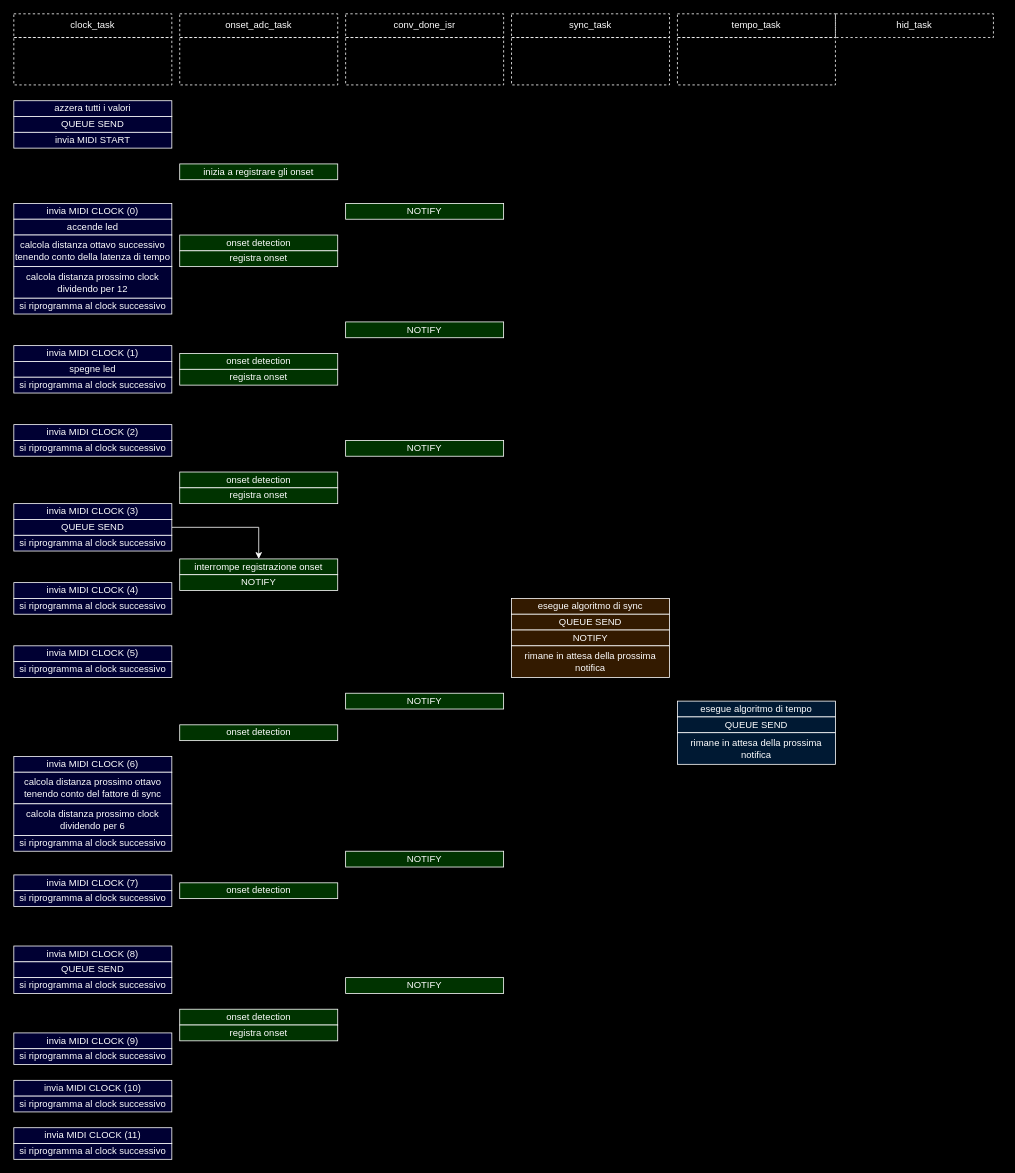
Before: drawings/From_clock_on.drawio in carlo-monti/beat_catcher_2, a draw.io diagram. Source tidied: cells renumbered, new cells numbered last; positions are measured from the earlier drawing's top-left corner, leaving out a move shared by most shapes. Both pictures are drawn from the tidied source at 79%, with x=0, y=0 at pixel (13, 13).
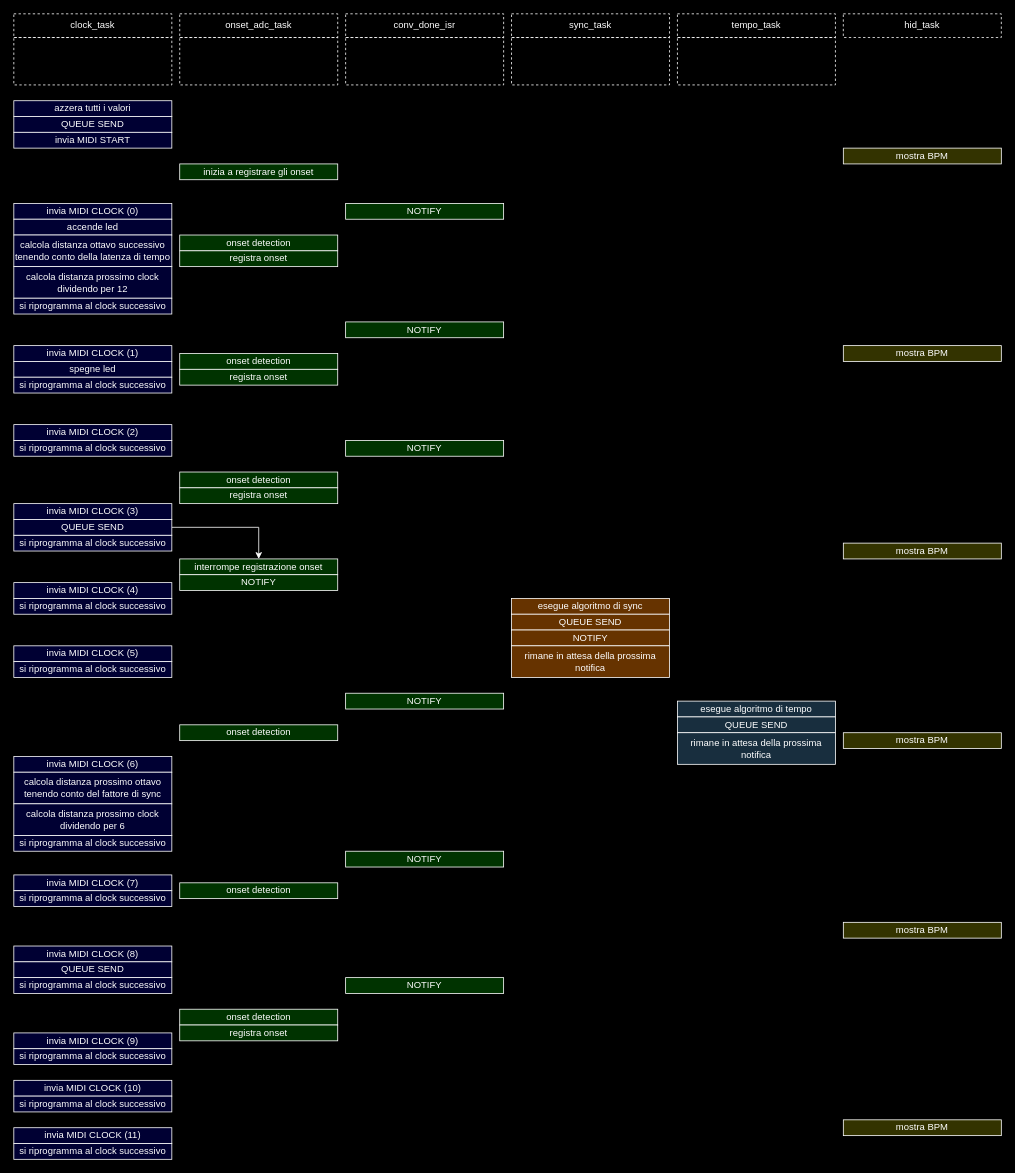
Above is the later version.

What changed in the source:
```diff
@@
     <mxCell id="11" value="hid_task" style="rounded=0;whiteSpace=wrap;html=1;labelBackgroundColor=none;fillColor=none;strokeColor=#FFFFFF;fontColor=#FFFFFF;dashed=1;" parent="1" vertex="1">
-      <mxGeometry x="1040" width="200" height="30" as="geometry" />
+      <mxGeometry x="1050" width="200" height="30" as="geometry" />
     </mxCell>
@@
-    <mxCell id="35" value="esegue algoritmo di sync" style="rounded=0;whiteSpace=wrap;html=1;labelBackgroundColor=none;fillColor=#331A00;strokeColor=#FFFFFF;fontColor=#FFFFFF;" parent="1" vertex="1">
+    <mxCell id="35" value="esegue algoritmo di sync" style="rounded=0;whiteSpace=wrap;html=1;labelBackgroundColor=none;fillColor=#663300;strokeColor=#FFFFFF;fontColor=#FFFFFF;" parent="1" vertex="1">
       <mxGeometry x="630" y="740" width="200" height="20" as="geometry" />
     </mxCell>
@@
-    <mxCell id="37" value="QUEUE SEND" style="rounded=0;whiteSpace=wrap;html=1;labelBackgroundColor=none;fillColor=#331A00;strokeColor=#FFFFFF;fontColor=#FFFFFF;" parent="1" vertex="1">
+    <mxCell id="37" value="QUEUE SEND" style="rounded=0;whiteSpace=wrap;html=1;labelBackgroundColor=none;fillColor=#663300;strokeColor=#FFFFFF;fontColor=#FFFFFF;" parent="1" vertex="1">
       <mxGeometry x="630" y="760" width="200" height="20" as="geometry" />
     </mxCell>
-    <mxCell id="38" value="NOTIFY" style="rounded=0;whiteSpace=wrap;html=1;labelBackgroundColor=none;fillColor=#331A00;strokeColor=#FFFFFF;fontColor=#FFFFFF;" parent="1" vertex="1">
+    <mxCell id="38" value="NOTIFY" style="rounded=0;whiteSpace=wrap;html=1;labelBackgroundColor=none;fillColor=#663300;strokeColor=#FFFFFF;fontColor=#FFFFFF;" parent="1" vertex="1">
       <mxGeometry x="630" y="780" width="200" height="20" as="geometry" />
     </mxCell>
-    <mxCell id="39" value="rimane in attesa della prossima notifica" style="rounded=0;whiteSpace=wrap;html=1;labelBackgroundColor=none;fillColor=#331A00;strokeColor=#FFFFFF;fontColor=#FFFFFF;" parent="1" vertex="1">
+    <mxCell id="39" value="rimane in attesa della prossima notifica" style="rounded=0;whiteSpace=wrap;html=1;labelBackgroundColor=none;fillColor=#663300;strokeColor=#FFFFFF;fontColor=#FFFFFF;" parent="1" vertex="1">
       <mxGeometry x="630" y="800" width="200" height="40" as="geometry" />
     </mxCell>
-    <mxCell id="40" value="esegue algoritmo di tempo" style="rounded=0;whiteSpace=wrap;html=1;labelBackgroundColor=none;fillColor=#001933;strokeColor=#FFFFFF;fontColor=#FFFFFF;" parent="1" vertex="1">
+    <mxCell id="40" value="esegue algoritmo di tempo" style="rounded=0;whiteSpace=wrap;html=1;labelBackgroundColor=none;fillColor=#182e3e;strokeColor=#FFFFFF;fontColor=#FFFFFF;" parent="1" vertex="1">
       <mxGeometry x="840" y="870" width="200" height="20" as="geometry" />
     </mxCell>
-    <mxCell id="41" value="QUEUE SEND" style="rounded=0;whiteSpace=wrap;html=1;labelBackgroundColor=none;fillColor=#001933;strokeColor=#FFFFFF;fontColor=#FFFFFF;" parent="1" vertex="1">
+    <mxCell id="41" value="QUEUE SEND" style="rounded=0;whiteSpace=wrap;html=1;labelBackgroundColor=none;fillColor=#182e3e;strokeColor=#FFFFFF;fontColor=#FFFFFF;" parent="1" vertex="1">
       <mxGeometry x="840" y="890" width="200" height="20" as="geometry" />
     </mxCell>
-    <mxCell id="42" value="rimane in attesa della prossima notifica" style="rounded=0;whiteSpace=wrap;html=1;labelBackgroundColor=none;fillColor=#001933;strokeColor=#FFFFFF;fontColor=#FFFFFF;" parent="1" vertex="1">
+    <mxCell id="42" value="rimane in attesa della prossima notifica" style="rounded=0;whiteSpace=wrap;html=1;labelBackgroundColor=none;fillColor=#182e3e;strokeColor=#FFFFFF;fontColor=#FFFFFF;" parent="1" vertex="1">
       <mxGeometry x="840" y="910" width="200" height="40" as="geometry" />
     </mxCell>
@@
+    <mxCell id="75" value="mostra BPM" style="rounded=0;whiteSpace=wrap;html=1;labelBackgroundColor=none;fillColor=#333300;strokeColor=#FFFFFF;fontColor=#FFFFFF;" parent="1" vertex="1">
+      <mxGeometry x="1050" y="170" width="200" height="20" as="geometry" />
+    </mxCell>
+    <mxCell id="76" value="mostra BPM" style="rounded=0;whiteSpace=wrap;html=1;labelBackgroundColor=none;fillColor=#333300;strokeColor=#FFFFFF;fontColor=#FFFFFF;" parent="1" vertex="1">
+      <mxGeometry x="1050" y="420" width="200" height="20" as="geometry" />
+    </mxCell>
+    <mxCell id="77" value="mostra BPM" style="rounded=0;whiteSpace=wrap;html=1;labelBackgroundColor=none;fillColor=#333300;strokeColor=#FFFFFF;fontColor=#FFFFFF;" parent="1" vertex="1">
+      <mxGeometry x="1050" y="670" width="200" height="20" as="geometry" />
+    </mxCell>
+    <mxCell id="78" value="mostra BPM" style="rounded=0;whiteSpace=wrap;html=1;labelBackgroundColor=none;fillColor=#333300;strokeColor=#FFFFFF;fontColor=#FFFFFF;" parent="1" vertex="1">
+      <mxGeometry x="1050" y="910" width="200" height="20" as="geometry" />
+    </mxCell>
+    <mxCell id="79" value="mostra BPM" style="rounded=0;whiteSpace=wrap;html=1;labelBackgroundColor=none;fillColor=#333300;strokeColor=#FFFFFF;fontColor=#FFFFFF;" parent="1" vertex="1">
+      <mxGeometry x="1050" y="1150" width="200" height="20" as="geometry" />
+    </mxCell>
+    <mxCell id="80" value="mostra BPM" style="rounded=0;whiteSpace=wrap;html=1;labelBackgroundColor=none;fillColor=#333300;strokeColor=#FFFFFF;fontColor=#FFFFFF;" parent="1" vertex="1">
+      <mxGeometry x="1050" y="1400" width="200" height="20" as="geometry" />
+    </mxCell>
```
